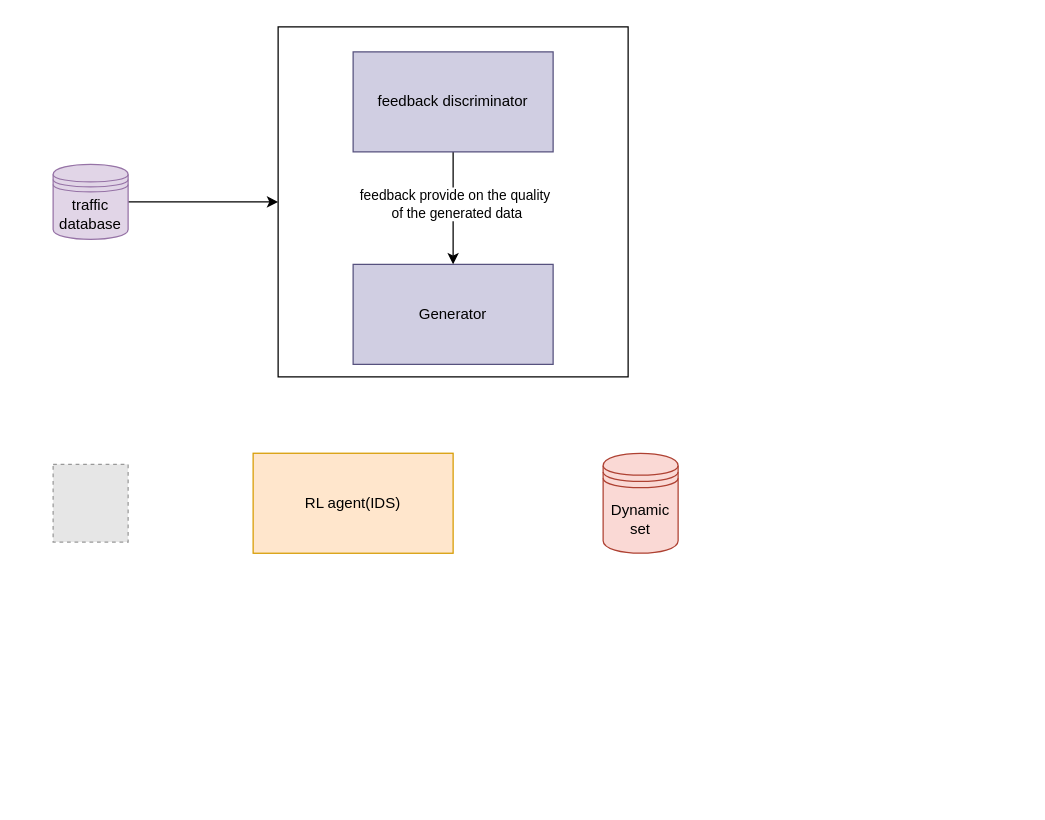
Earlier version of the draw.io diagram overall_architecture.drawio (elgenio123/diagrams). Source tidied: cells renumbered, new cells numbered last; positions are measured from the earlier drawing's top-left corner, leaving out a move shared by most shapes. Both pictures are drawn from the tidied source at 125%, with x=0, y=0 at pixel (52, 26). Pictures stored in the file or linked from it are replaced by grey dashed boxes.
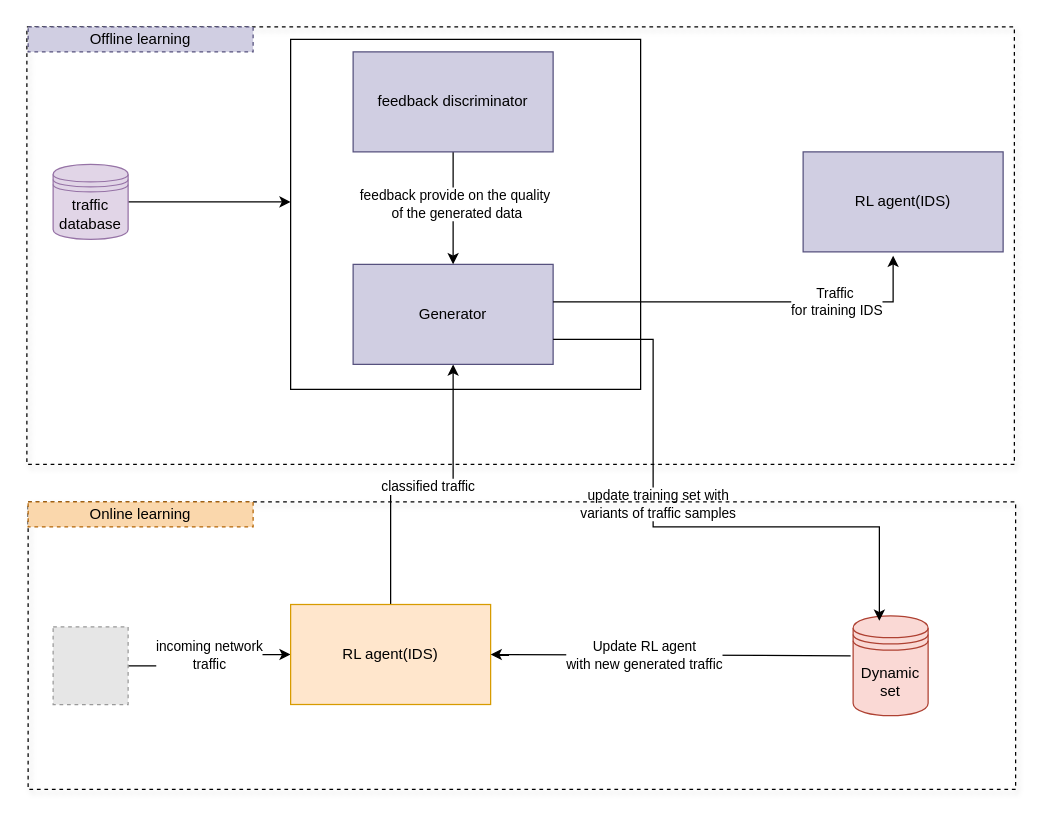
Above is the later version.

Commit message (it also covers changes not shown here):
Mettre à jour overall_architecture.drawio

The change refers to these unchanged cells:
```xml
<mxCell id="5" value="Generator" style="rounded=0;whiteSpace=wrap;html=1;fillColor=#d0cee2;strokeColor=#56517e;" parent="1" vertex="1">
  <mxGeometry x="240" y="190" width="160" height="80" as="geometry" />
</mxCell>
```

The edit, as a diff of the source:
```diff
@@
+    <mxCell id="12" style="edgeStyle=orthogonalEdgeStyle;rounded=0;jettySize=auto;html=1;" parent="1" edge="1" source="4" target="9">
+      <mxGeometry relative="1" as="geometry" />
+    </mxCell>
+    <mxCell id="13" value="incoming network&lt;div&gt;traffic&lt;/div&gt;" style="edgeLabel;html=1;align=center;verticalAlign=middle;" parent="12" vertex="1">
+      <mxGeometry x="0.2" y="-3" relative="1" as="geometry">
+        <mxPoint x="-10" y="-3" as="offset" />
+      </mxGeometry>
+    </mxCell>
     <mxCell id="4" style="fillColor=#E6E6E6;strokeColor=#999999;dashed=1;verticalLabelPosition=bottom;labelBackgroundColor=default;verticalAlign=top;" parent="1" vertex="1">
-      <mxGeometry y="350" width="60" height="62.1" as="geometry" />
+      <mxGeometry y="480" width="60" height="62.1" as="geometry" />
     </mxCell>
+    <mxCell id="14" style="edgeStyle=orthogonalEdgeStyle;rounded=0;jettySize=auto;html=1;" parent="1" edge="1" source="9" target="5">
+      <mxGeometry relative="1" as="geometry" />
+    </mxCell>
+    <mxCell id="15" value="classified traffic" style="edgeLabel;html=1;align=center;verticalAlign=middle;" parent="14" vertex="1">
+      <mxGeometry x="0.03" y="-1" relative="1" as="geometry" />
+    </mxCell>
@@
     <mxCell id="9" value="RL agent(IDS)" style="rounded=0;whiteSpace=wrap;html=1;fillColor=#ffe6cc;strokeColor=#d79b00;" parent="1" vertex="1">
-      <mxGeometry x="160" y="341.1" width="160" height="80" as="geometry" />
+      <mxGeometry x="190" y="462.1" width="160" height="80" as="geometry" />
     </mxCell>
     <mxCell id="10" value="Dynamic set" style="shape=datastore;whiteSpace=wrap;html=1;fillColor=#fad9d5;strokeColor=#ae4132;" parent="1" vertex="1">
-      <mxGeometry x="440" y="341.1" width="60" height="80" as="geometry" />
+      <mxGeometry x="640" y="471.1" width="60" height="80" as="geometry" />
     </mxCell>
     <mxCell id="11" style="whiteSpace=wrap;html=1;fillColor=none;" parent="1" vertex="1">
-      <mxGeometry x="180" width="280" height="280" as="geometry" />
+      <mxGeometry x="190" y="10" width="280" height="280" as="geometry" />
     </mxCell>
+    <mxCell id="16" style="endArrow=classic;html=1;rounded=0;exitX=1;exitY=0.75;exitDx=0;exitDy=0;entryX=0.35;entryY=0.05;entryDx=0;entryDy=0;entryPerimeter=0;" parent="1" edge="1" source="5" target="10">
+      <mxGeometry relative="1" as="geometry">
+        <Array as="points">
+          <mxPoint x="480" y="250" />
+          <mxPoint x="480" y="400" />
+          <mxPoint x="661" y="400" />
+        </Array>
+      </mxGeometry>
+    </mxCell>
+    <mxCell id="17" value="update training set with&lt;div&gt;variants of traffic samples&lt;/div&gt;" style="edgeLabel;html=1;align=center;verticalAlign=middle;" parent="16" vertex="1">
+      <mxGeometry x="-0.47" y="3" relative="1" as="geometry">
+        <mxPoint y="82" as="offset" />
+      </mxGeometry>
+    </mxCell>
+    <mxCell id="18" value="RL agent(IDS)" style="rounded=0;whiteSpace=wrap;html=1;fillColor=#d0cee2;strokeColor=#56517e;" parent="1" vertex="1">
+      <mxGeometry x="600" y="100" width="160" height="80" as="geometry" />
+    </mxCell>
+    <mxCell id="19" style="endArrow=classic;html=1;rounded=0;entryX=0.45;entryY=1.038;entryDx=0;entryDy=0;entryPerimeter=0;" parent="1" edge="1" target="18">
+      <mxGeometry relative="1" as="geometry">
+        <mxPoint x="400" y="220" as="sourcePoint" />
+        <Array as="points">
+          <mxPoint x="672" y="220" />
+        </Array>
+      </mxGeometry>
+    </mxCell>
+    <mxCell id="20" value="Traffic&amp;nbsp;&lt;div&gt;for training IDS&lt;/div&gt;" style="edgeLabel;html=1;align=center;verticalAlign=middle;" parent="19" vertex="1">
+      <mxGeometry x="0.46" y="1" relative="1" as="geometry" />
+    </mxCell>
+    <mxCell id="21" style="rounded=0;whiteSpace=wrap;html=1;fillColor=none;glass=0;shadow=1;dashed=1;" parent="1" vertex="1">
+      <mxGeometry x="-21" width="790" height="350" as="geometry" />
+    </mxCell>
+    <mxCell id="22" style="endArrow=classic;html=1;rounded=0;exitX=-0.033;exitY=0.4;exitDx=0;exitDy=0;exitPerimeter=0;entryX=1;entryY=0.5;entryDx=0;entryDy=0;" parent="1" edge="1" source="10" target="9">
+      <mxGeometry relative="1" as="geometry" />
+    </mxCell>
+    <mxCell id="23" value="Update RL agent&lt;div&gt;with new generated traffic&lt;/div&gt;" style="edgeLabel;html=1;align=center;verticalAlign=middle;" parent="22" vertex="1">
+      <mxGeometry x="0.15" relative="1" as="geometry" />
+    </mxCell>
+    <mxCell id="24" value="Offline learning" style="rounded=0;whiteSpace=wrap;html=1;dashed=1;fillColor=#d0cee2;strokeColor=#56517e;" parent="1" vertex="1">
+      <mxGeometry x="-20" width="180" height="20" as="geometry" />
+    </mxCell>
+    <mxCell id="25" style="rounded=0;whiteSpace=wrap;html=1;fillColor=none;dashed=1;shadow=1;" parent="1" vertex="1">
+      <mxGeometry x="-20" y="380" width="790" height="230" as="geometry" />
+    </mxCell>
+    <mxCell id="26" value="Online learning" style="rounded=0;whiteSpace=wrap;html=1;dashed=1;fillColor=#fad7ac;strokeColor=#b46504;" parent="1" vertex="1">
+      <mxGeometry x="-20" y="380" width="180" height="20" as="geometry" />
+    </mxCell>
```
